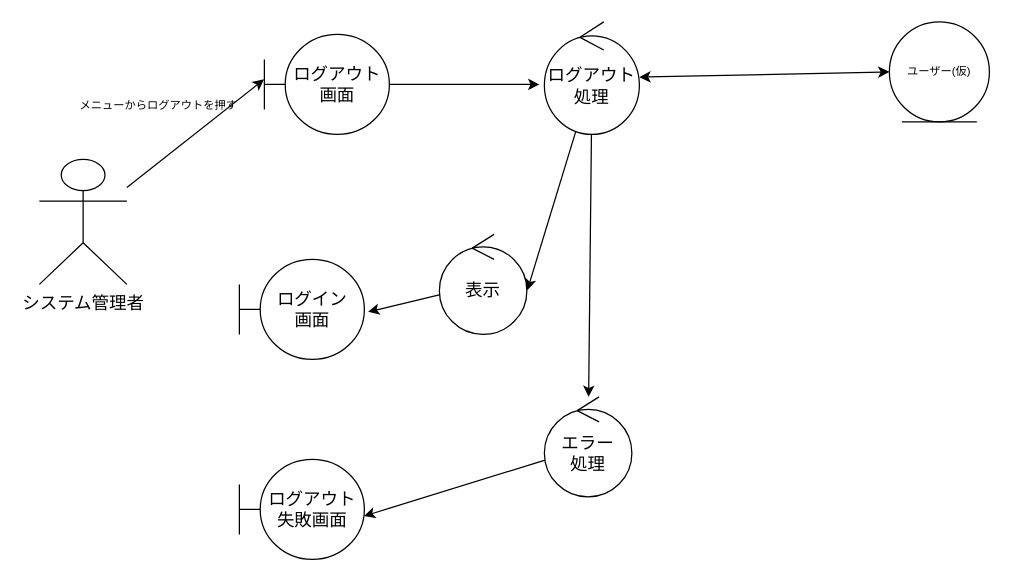
ksw2270227/GroupF keeps this draw.io diagram as page "ログアウト" (3 of 8) of out/ロバストネス図/システム管理者-ロバストネス図.drawio. Above is the earlier version. Source tidied: cells renumbered, new cells numbered last; positions are measured from the earlier drawing's top-left corner, leaving out a move shared by most shapes. Both pictures are drawn from the tidied source at 125%, with x=0, y=0 at pixel (39, 21).
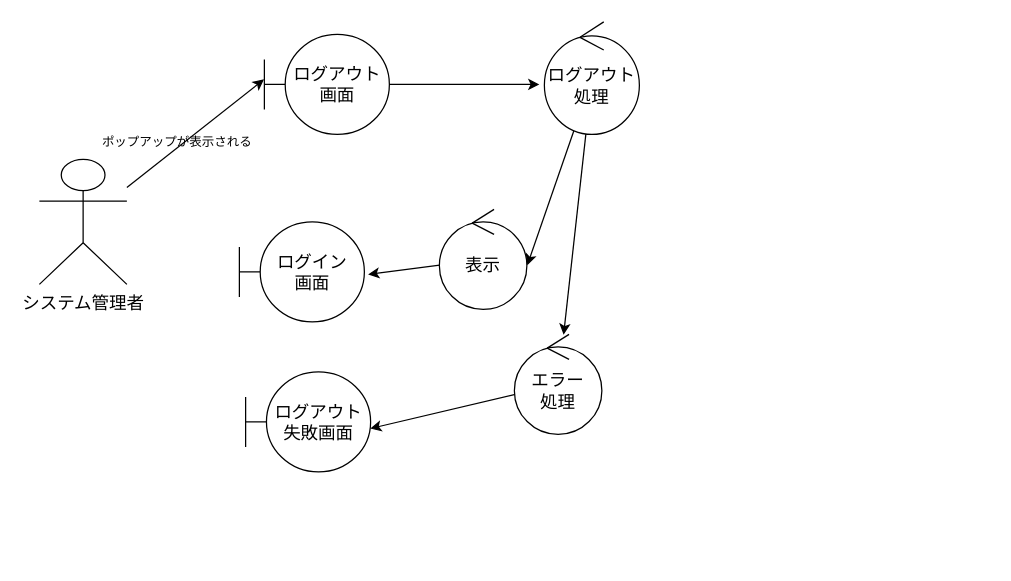
The same page after the edit.

Change to the diagram source:
```diff
@@
 <mxGraphModel>
   <root>
     <mxCell id="0" />
     <mxCell id="1" parent="0" />
     <mxCell id="2" style="edgeStyle=none;html=1;entryX=-0.003;entryY=0.45;entryDx=0;entryDy=0;entryPerimeter=0;fontSize=14;startArrow=none;startFill=0;endArrow=classic;endFill=1;" parent="1" edge="1" source="3" target="5">
       <mxGeometry relative="1" as="geometry" />
     </mxCell>
     <mxCell id="3" value="システム管理者" style="shape=umlActor;verticalLabelPosition=bottom;verticalAlign=top;html=1;fontSize=14;" parent="1" vertex="1">
       <mxGeometry y="110" width="70" height="100" as="geometry" />
     </mxCell>
     <mxCell id="4" style="edgeStyle=none;html=1;fontSize=9;startArrow=none;startFill=0;endArrow=classic;endFill=1;" parent="1" edge="1" source="5">
       <mxGeometry relative="1" as="geometry">
         <mxPoint x="400" y="50" as="targetPoint" />
       </mxGeometry>
     </mxCell>
     <mxCell id="5" value="ログアウト画面" style="shape=umlBoundary;whiteSpace=wrap;html=1;fontSize=14;" parent="1" vertex="1">
       <mxGeometry x="180" y="10" width="100" height="80" as="geometry" />
     </mxCell>
     <mxCell id="6" style="edgeStyle=none;html=1;entryX=1.005;entryY=0.558;entryDx=0;entryDy=0;entryPerimeter=0;fontSize=14;startArrow=none;startFill=0;endArrow=classic;endFill=1;" parent="1" edge="1" source="8" target="13">
       <mxGeometry relative="1" as="geometry" />
     </mxCell>
     <mxCell id="7" style="edgeStyle=none;html=1;fontSize=14;startArrow=none;startFill=0;endArrow=classic;endFill=1;" parent="1" edge="1" source="8" target="16">
       <mxGeometry relative="1" as="geometry" />
     </mxCell>
     <mxCell id="8" value="ログアウト処理" style="ellipse;shape=umlControl;whiteSpace=wrap;html=1;fontSize=14;" parent="1" vertex="1">
       <mxGeometry x="404" width="76" height="90" as="geometry" />
     </mxCell>
-    <mxCell id="9" value="&lt;font style=&quot;font-size: 9px;&quot;&gt;メニューからログアウトを押す&lt;/font&gt;" style="text;html=1;align=center;verticalAlign=middle;strokeColor=none;fillColor=none;fontSize=14;" parent="1" vertex="1">
-      <mxGeometry x="20" y="50" width="150" height="30" as="geometry" />
+    <mxCell id="9" value="&lt;font size=&quot;1&quot;&gt;ポップアップが表示される&lt;/font&gt;" style="text;html=1;align=center;verticalAlign=middle;strokeColor=none;fillColor=none;fontSize=14;" parent="1" vertex="1">
+      <mxGeometry x="40" y="80" width="140" height="30" as="geometry" />
     </mxCell>
-    <mxCell id="10" value="ユーザー(仮)" style="ellipse;shape=umlEntity;whiteSpace=wrap;html=1;fontSize=9;" parent="1" vertex="1">
-      <mxGeometry x="680" width="80" height="80" as="geometry" />
-    </mxCell>
-    <mxCell id="11" style="endArrow=classic;startArrow=classic;html=1;fontSize=9;entryX=0;entryY=0.5;entryDx=0;entryDy=0;" parent="1" edge="1" source="8" target="10">
-      <mxGeometry relative="1" as="geometry" />
-    </mxCell>
     <mxCell id="12" style="edgeStyle=none;html=1;entryX=1.03;entryY=0.525;entryDx=0;entryDy=0;entryPerimeter=0;fontSize=14;startArrow=none;startFill=0;endArrow=classic;endFill=1;" parent="1" edge="1" source="13" target="14">
       <mxGeometry relative="1" as="geometry" />
     </mxCell>
     <mxCell id="13" value="&lt;font style=&quot;font-size: 14px;&quot;&gt;表示&lt;/font&gt;" style="ellipse;shape=umlControl;whiteSpace=wrap;html=1;fontSize=9;" parent="1" vertex="1">
-      <mxGeometry x="320" y="170" width="70" height="80" as="geometry" />
+      <mxGeometry x="320" y="150" width="70" height="80" as="geometry" />
     </mxCell>
     <mxCell id="14" value="ログイン&lt;br&gt;画面" style="shape=umlBoundary;whiteSpace=wrap;html=1;fontSize=14;" parent="1" vertex="1">
-      <mxGeometry x="160" y="190" width="100" height="80" as="geometry" />
+      <mxGeometry x="160" y="160" width="100" height="80" as="geometry" />
     </mxCell>
     <mxCell id="15" style="edgeStyle=none;html=1;entryX=0.997;entryY=0.567;entryDx=0;entryDy=0;entryPerimeter=0;fontSize=14;startArrow=none;startFill=0;endArrow=classic;endFill=1;" parent="1" edge="1" source="16" target="17">
       <mxGeometry relative="1" as="geometry" />
     </mxCell>
     <mxCell id="16" value="エラー&lt;br&gt;処理" style="ellipse;shape=umlControl;whiteSpace=wrap;html=1;fontSize=14;" parent="1" vertex="1">
-      <mxGeometry x="404" y="300" width="70" height="80" as="geometry" />
+      <mxGeometry x="380" y="250" width="70" height="80" as="geometry" />
     </mxCell>
     <mxCell id="17" value="ログアウト失敗画面" style="shape=umlBoundary;whiteSpace=wrap;html=1;fontSize=14;" parent="1" vertex="1">
-      <mxGeometry x="160" y="350" width="100" height="80" as="geometry" />
+      <mxGeometry x="165" y="280" width="100" height="80" as="geometry" />
     </mxCell>
   </root>
 </mxGraphModel>
```
